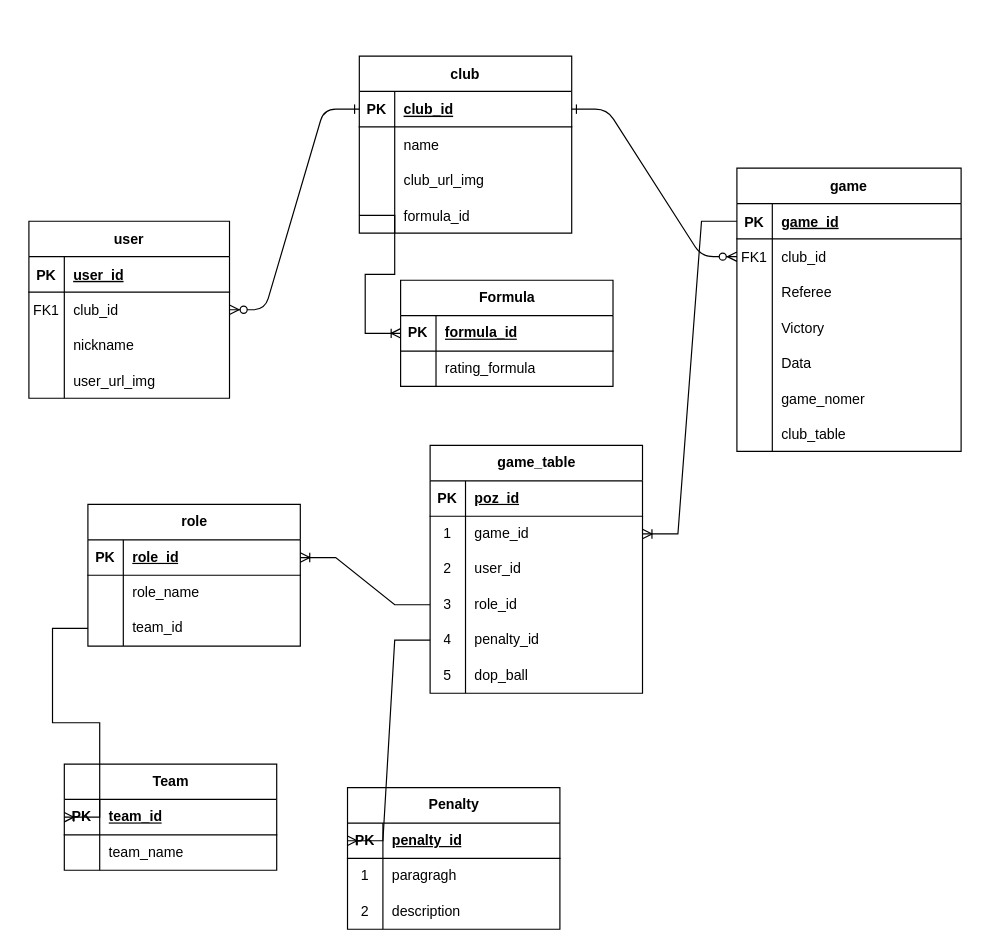
The draw.io diagram image/Диаграмма без названия.drawio in GazinurDavletbaev/mafia_help2, before the edit. Source tidied: cells renumbered, new cells numbered last; positions are measured from the earlier drawing's top-left corner, leaving out a move shared by most shapes. Both pictures are drawn from the tidied source at 118%, with x=0, y=0 at pixel (28, 55).
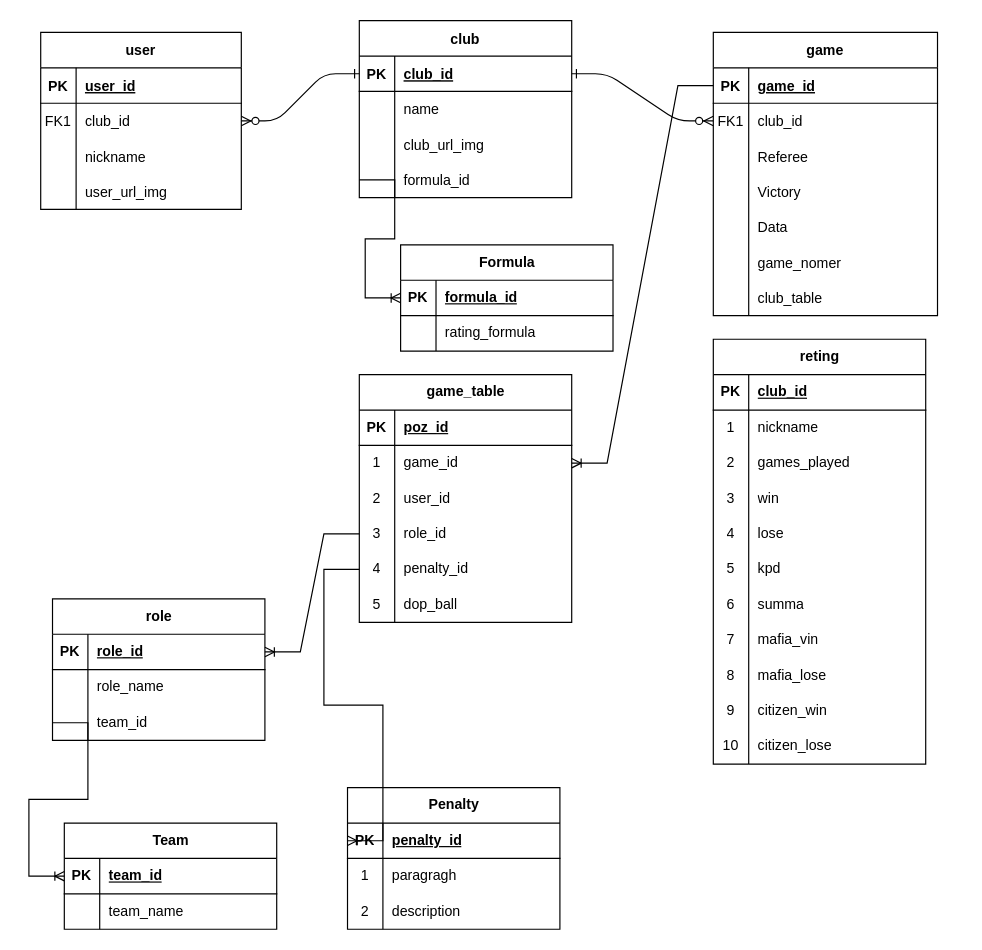
After the change.

What changed in the source:
```diff
@@
     <mxCell id="4" value="game" style="shape=table;startSize=30;childLayout=tableLayout;rowLines=0;fontStyle=1;align=center;" parent="1" vertex="1">
-      <mxGeometry x="600" y="95" width="190" height="240" as="geometry" />
+      <mxGeometry x="580" y="-20" width="190" height="240" as="geometry" />
     </mxCell>
@@
     <mxCell id="26" value="club" style="shape=table;startSize=30;childLayout=tableLayout;rowLines=0;fontStyle=1;align=center;" parent="1" vertex="1">
-      <mxGeometry x="280" width="180" height="150" as="geometry" />
+      <mxGeometry x="280" y="-30" width="180" height="150" as="geometry" />
     </mxCell>
@@
     <mxCell id="39" value="user" style="shape=table;startSize=30;childLayout=tableLayout;rowLines=0;fontStyle=1;align=center;" parent="1" vertex="1">
-      <mxGeometry y="140" width="170" height="150" as="geometry" />
+      <mxGeometry x="10" y="-20" width="170" height="150" as="geometry" />
     </mxCell>
@@
     <mxCell id="52" value="Team" style="shape=table;startSize=30;childLayout=tableLayout;rowLines=0;fontStyle=1;align=center;html=1;" parent="1" vertex="1">
-      <mxGeometry x="30" y="600" width="180" height="90" as="geometry" />
+      <mxGeometry x="30" y="650" width="180" height="90" as="geometry" />
     </mxCell>
@@
     <mxCell id="69" value="game_table" style="shape=table;startSize=30;childLayout=tableLayout;rowLines=0;fontStyle=1;align=center;html=1;" parent="1" vertex="1">
-      <mxGeometry x="340" y="330" width="180" height="210" as="geometry" />
+      <mxGeometry x="280" y="270" width="180" height="210" as="geometry" />
     </mxCell>
@@
     <mxCell id="88" value="role" style="shape=table;startSize=30;childLayout=tableLayout;rowLines=0;fontStyle=1;align=center;html=1;" parent="1" vertex="1">
-      <mxGeometry x="50" y="380" width="180" height="120" as="geometry" />
+      <mxGeometry x="20" y="460" width="180" height="120" as="geometry" />
     </mxCell>
@@
     <mxCell id="102" value="Formula" style="shape=table;startSize=30;childLayout=tableLayout;rowLines=0;fontStyle=1;align=center;html=1;" parent="1" vertex="1">
-      <mxGeometry x="315" y="190" width="180" height="90" as="geometry" />
+      <mxGeometry x="315" y="160" width="180" height="90" as="geometry" />
     </mxCell>
@@
+    <mxCell id="110" value="reting" style="shape=table;startSize=30;childLayout=tableLayout;rowLines=0;fontStyle=1;align=center;html=1;" parent="1" vertex="1">
+      <mxGeometry x="580" y="240" width="180" height="360" as="geometry" />
+    </mxCell>
+    <mxCell id="111" style="shape=tableRow;horizontal=0;startSize=0;swimlaneHead=0;swimlaneBody=0;fillColor=none;top=0;left=0;right=0;bottom=1;" parent="110" vertex="1">
+      <mxGeometry y="30" width="180" height="30" as="geometry" />
+    </mxCell>
+    <mxCell id="112" value="PK" style="shape=partialRectangle;fillColor=none;top=0;left=0;bottom=0;right=0;fontStyle=1;overflow=hidden;whiteSpace=wrap;html=1;" parent="111" vertex="1">
+      <mxGeometry width="30" height="30" as="geometry" />
+    </mxCell>
+    <mxCell id="113" value="club_id" style="shape=partialRectangle;fillColor=none;top=0;left=0;bottom=0;right=0;align=left;spacingLeft=6;fontStyle=5;overflow=hidden;whiteSpace=wrap;html=1;" parent="111" vertex="1">
+      <mxGeometry x="30" width="150" height="30" as="geometry" />
+    </mxCell>
+    <mxCell id="114" style="shape=tableRow;horizontal=0;startSize=0;swimlaneHead=0;swimlaneBody=0;fillColor=none;top=0;left=0;right=0;bottom=0;" parent="110" vertex="1">
+      <mxGeometry y="60" width="180" height="30" as="geometry" />
+    </mxCell>
+    <mxCell id="115" value="1" style="shape=partialRectangle;fillColor=none;top=0;left=0;bottom=0;right=0;overflow=hidden;whiteSpace=wrap;html=1;" parent="114" vertex="1">
+      <mxGeometry width="30" height="30" as="geometry" />
+    </mxCell>
+    <mxCell id="116" value="nickname" style="shape=partialRectangle;fillColor=none;top=0;left=0;bottom=0;right=0;align=left;spacingLeft=6;overflow=hidden;whiteSpace=wrap;html=1;" parent="114" vertex="1">
+      <mxGeometry x="30" width="150" height="30" as="geometry" />
+    </mxCell>
+    <mxCell id="117" style="shape=tableRow;horizontal=0;startSize=0;swimlaneHead=0;swimlaneBody=0;fillColor=none;top=0;left=0;right=0;bottom=0;" parent="110" vertex="1">
+      <mxGeometry y="90" width="180" height="30" as="geometry" />
+    </mxCell>
+    <mxCell id="118" value="2" style="shape=partialRectangle;fillColor=none;top=0;left=0;bottom=0;right=0;overflow=hidden;whiteSpace=wrap;html=1;" parent="117" vertex="1">
+      <mxGeometry width="30" height="30" as="geometry" />
+    </mxCell>
+    <mxCell id="119" value="games_played" style="shape=partialRectangle;fillColor=none;top=0;left=0;bottom=0;right=0;align=left;spacingLeft=6;overflow=hidden;whiteSpace=wrap;html=1;" parent="117" vertex="1">
+      <mxGeometry x="30" width="150" height="30" as="geometry" />
+    </mxCell>
+    <mxCell id="120" style="shape=tableRow;horizontal=0;startSize=0;swimlaneHead=0;swimlaneBody=0;fillColor=none;top=0;left=0;right=0;bottom=0;" parent="110" vertex="1">
+      <mxGeometry y="120" width="180" height="30" as="geometry" />
+    </mxCell>
+    <mxCell id="121" value="3" style="shape=partialRectangle;fillColor=none;top=0;left=0;bottom=0;right=0;overflow=hidden;whiteSpace=wrap;html=1;" parent="120" vertex="1">
+      <mxGeometry width="30" height="30" as="geometry" />
+    </mxCell>
+    <mxCell id="122" value="win" style="shape=partialRectangle;fillColor=none;top=0;left=0;bottom=0;right=0;align=left;spacingLeft=6;overflow=hidden;whiteSpace=wrap;html=1;" parent="120" vertex="1">
+      <mxGeometry x="30" width="150" height="30" as="geometry" />
+    </mxCell>
+    <mxCell id="123" style="shape=tableRow;horizontal=0;startSize=0;swimlaneHead=0;swimlaneBody=0;fillColor=none;top=0;left=0;right=0;bottom=0;" parent="110" vertex="1">
+      <mxGeometry y="150" width="180" height="30" as="geometry" />
+    </mxCell>
+    <mxCell id="124" value="4" style="shape=partialRectangle;fillColor=none;top=0;left=0;bottom=0;right=0;overflow=hidden;whiteSpace=wrap;html=1;" parent="123" vertex="1">
+      <mxGeometry width="30" height="30" as="geometry" />
+    </mxCell>
+    <mxCell id="125" value="lose" style="shape=partialRectangle;fillColor=none;top=0;left=0;bottom=0;right=0;align=left;spacingLeft=6;overflow=hidden;whiteSpace=wrap;html=1;" parent="123" vertex="1">
+      <mxGeometry x="30" width="150" height="30" as="geometry" />
+    </mxCell>
+    <mxCell id="126" style="shape=tableRow;horizontal=0;startSize=0;swimlaneHead=0;swimlaneBody=0;fillColor=none;top=0;left=0;right=0;bottom=0;" parent="110" vertex="1">
+      <mxGeometry y="180" width="180" height="30" as="geometry" />
+    </mxCell>
+    <mxCell id="127" value="5" style="shape=partialRectangle;fillColor=none;top=0;left=0;bottom=0;right=0;overflow=hidden;whiteSpace=wrap;html=1;" parent="126" vertex="1">
+      <mxGeometry width="30" height="30" as="geometry" />
+    </mxCell>
+    <mxCell id="128" value="kpd" style="shape=partialRectangle;fillColor=none;top=0;left=0;bottom=0;right=0;align=left;spacingLeft=6;overflow=hidden;whiteSpace=wrap;html=1;" parent="126" vertex="1">
+      <mxGeometry x="30" width="150" height="30" as="geometry" />
+    </mxCell>
+    <mxCell id="129" style="shape=tableRow;horizontal=0;startSize=0;swimlaneHead=0;swimlaneBody=0;fillColor=none;top=0;left=0;right=0;bottom=0;" parent="110" vertex="1">
+      <mxGeometry y="210" width="180" height="30" as="geometry" />
+    </mxCell>
+    <mxCell id="130" value="6" style="shape=partialRectangle;fillColor=none;top=0;left=0;bottom=0;right=0;overflow=hidden;whiteSpace=wrap;html=1;" parent="129" vertex="1">
+      <mxGeometry width="30" height="30" as="geometry" />
+    </mxCell>
+    <mxCell id="131" value="summa" style="shape=partialRectangle;fillColor=none;top=0;left=0;bottom=0;right=0;align=left;spacingLeft=6;overflow=hidden;whiteSpace=wrap;html=1;" parent="129" vertex="1">
+      <mxGeometry x="30" width="150" height="30" as="geometry" />
+    </mxCell>
+    <mxCell id="132" style="shape=tableRow;horizontal=0;startSize=0;swimlaneHead=0;swimlaneBody=0;fillColor=none;top=0;left=0;right=0;bottom=0;" parent="110" vertex="1">
+      <mxGeometry y="240" width="180" height="30" as="geometry" />
+    </mxCell>
+    <mxCell id="133" value="7" style="shape=partialRectangle;fillColor=none;top=0;left=0;bottom=0;right=0;overflow=hidden;whiteSpace=wrap;html=1;" parent="132" vertex="1">
+      <mxGeometry width="30" height="30" as="geometry" />
+    </mxCell>
+    <mxCell id="134" value="mafia_vin" style="shape=partialRectangle;fillColor=none;top=0;left=0;bottom=0;right=0;align=left;spacingLeft=6;overflow=hidden;whiteSpace=wrap;html=1;" parent="132" vertex="1">
+      <mxGeometry x="30" width="150" height="30" as="geometry" />
+    </mxCell>
+    <mxCell id="135" style="shape=tableRow;horizontal=0;startSize=0;swimlaneHead=0;swimlaneBody=0;fillColor=none;top=0;left=0;right=0;bottom=0;" parent="110" vertex="1">
+      <mxGeometry y="270" width="180" height="30" as="geometry" />
+    </mxCell>
+    <mxCell id="136" value="8" style="shape=partialRectangle;fillColor=none;top=0;left=0;bottom=0;right=0;overflow=hidden;whiteSpace=wrap;html=1;" parent="135" vertex="1">
+      <mxGeometry width="30" height="30" as="geometry" />
+    </mxCell>
+    <mxCell id="137" value="mafia_lose" style="shape=partialRectangle;fillColor=none;top=0;left=0;bottom=0;right=0;align=left;spacingLeft=6;overflow=hidden;whiteSpace=wrap;html=1;" parent="135" vertex="1">
+      <mxGeometry x="30" width="150" height="30" as="geometry" />
+    </mxCell>
+    <mxCell id="138" style="shape=tableRow;horizontal=0;startSize=0;swimlaneHead=0;swimlaneBody=0;fillColor=none;top=0;left=0;right=0;bottom=0;" parent="110" vertex="1">
+      <mxGeometry y="300" width="180" height="30" as="geometry" />
+    </mxCell>
+    <mxCell id="139" value="9" style="shape=partialRectangle;fillColor=none;top=0;left=0;bottom=0;right=0;overflow=hidden;whiteSpace=wrap;html=1;" parent="138" vertex="1">
+      <mxGeometry width="30" height="30" as="geometry" />
+    </mxCell>
+    <mxCell id="140" value="citizen_win" style="shape=partialRectangle;fillColor=none;top=0;left=0;bottom=0;right=0;align=left;spacingLeft=6;overflow=hidden;whiteSpace=wrap;html=1;" parent="138" vertex="1">
+      <mxGeometry x="30" width="150" height="30" as="geometry" />
+    </mxCell>
+    <mxCell id="141" style="shape=tableRow;horizontal=0;startSize=0;swimlaneHead=0;swimlaneBody=0;fillColor=none;top=0;left=0;right=0;bottom=0;" parent="110" vertex="1">
+      <mxGeometry y="330" width="180" height="30" as="geometry" />
+    </mxCell>
+    <mxCell id="142" value="10" style="shape=partialRectangle;fillColor=none;top=0;left=0;bottom=0;right=0;overflow=hidden;whiteSpace=wrap;html=1;" parent="141" vertex="1">
+      <mxGeometry width="30" height="30" as="geometry" />
+    </mxCell>
+    <mxCell id="143" value="citizen_lose" style="shape=partialRectangle;fillColor=none;top=0;left=0;bottom=0;right=0;align=left;spacingLeft=6;overflow=hidden;whiteSpace=wrap;html=1;" parent="141" vertex="1">
+      <mxGeometry x="30" width="150" height="30" as="geometry" />
+    </mxCell>
```
